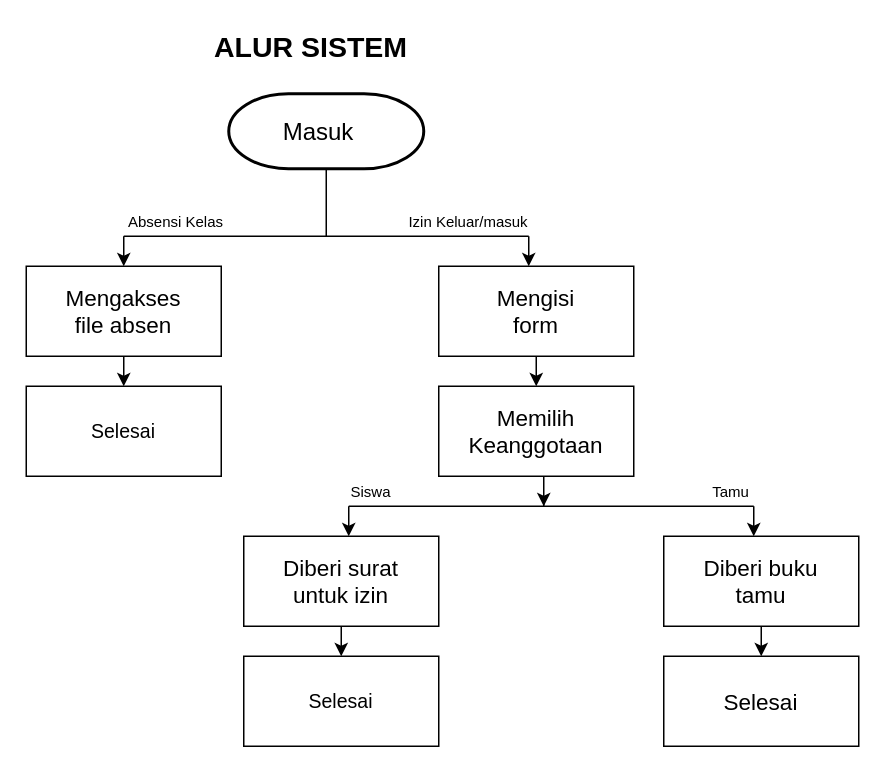
Above: Alur.sistem.drawio in Irgi-Cahya-Pewirausaha/Kelompok-irgi (draw.io), before the change. Source tidied: cells renumbered, new cells numbered last; positions are measured from the earlier drawing's top-left corner, leaving out a move shared by most shapes. Both pictures are drawn from the tidied source at 150%, with x=0, y=0 at pixel (26, 26).
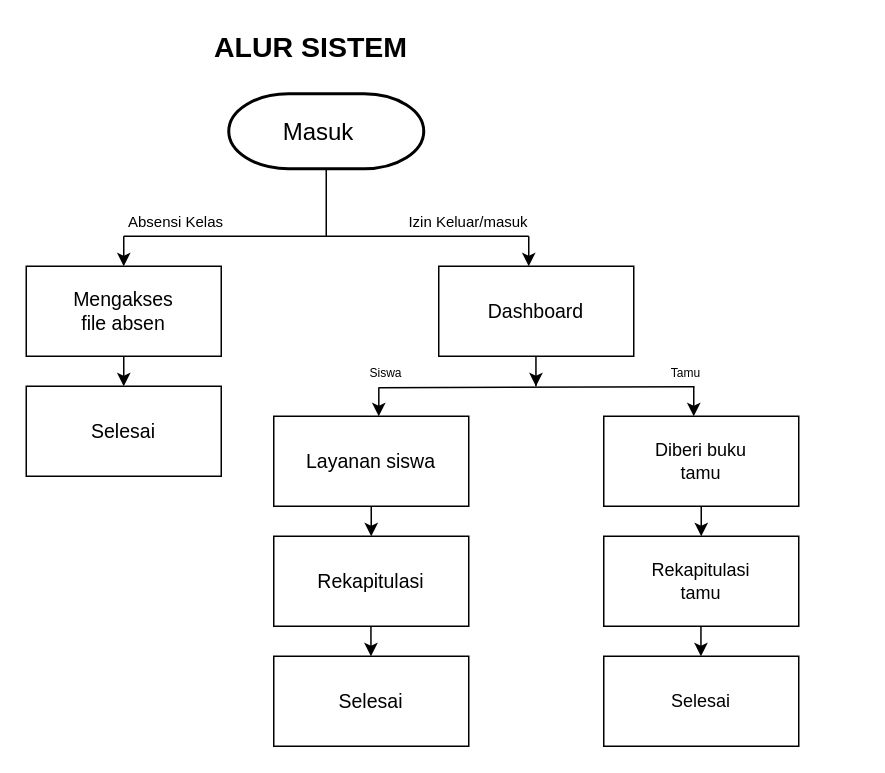
The same page after the edit.

The edit, as a diff of the source:
```diff
@@
-    <mxCell id="6" value="&lt;font style=&quot;font-size: 15px;&quot;&gt;Mengakses file absen&lt;/font&gt;" style="text;html=1;align=center;verticalAlign=middle;whiteSpace=wrap;rounded=0;" parent="1" vertex="1">
+    <mxCell id="6" value="&lt;font style=&quot;font-size: 13px;&quot;&gt;Mengakses file absen&lt;/font&gt;" style="text;html=1;align=center;verticalAlign=middle;whiteSpace=wrap;rounded=0;" parent="1" vertex="1">
       <mxGeometry x="30" y="175" width="70" height="30" as="geometry" />
     </mxCell>
@@
-    <mxCell id="12" style="rounded=0;whiteSpace=wrap;html=1;" parent="1" vertex="1">
-      <mxGeometry x="275" y="160" width="130" height="60" as="geometry" />
-    </mxCell>
@@
     <mxCell id="14" style="rounded=0;whiteSpace=wrap;html=1;" parent="1" vertex="1">
-      <mxGeometry x="275" y="240" width="130" height="60" as="geometry" />
+      <mxGeometry x="275" y="160" width="130" height="60" as="geometry" />
     </mxCell>
-    <mxCell id="15" style="endArrow=classic;html=1;rounded=0;entryX=0.5;entryY=0;entryDx=0;entryDy=0;exitX=0.5;exitY=1;exitDx=0;exitDy=0;" parent="1" edge="1" source="12" target="14">
-      <mxGeometry relative="1" as="geometry" />
-    </mxCell>
-    <mxCell id="16" value="&lt;span style=&quot;font-size: 15px;&quot;&gt;Mengisi form&lt;/span&gt;" style="text;html=1;align=center;verticalAlign=middle;whiteSpace=wrap;rounded=0;" parent="1" vertex="1">
-      <mxGeometry x="305" y="175" width="70" height="30" as="geometry" />
-    </mxCell>
-    <mxCell id="17" value="&lt;span style=&quot;font-size: 15px;&quot;&gt;Memilih Keanggotaan&lt;/span&gt;" style="text;html=1;align=center;verticalAlign=middle;whiteSpace=wrap;rounded=0;" parent="1" vertex="1">
-      <mxGeometry x="305" y="255" width="70" height="30" as="geometry" />
+    <mxCell id="17" value="&lt;font style=&quot;font-size: 13px;&quot;&gt;Dashboard&lt;/font&gt;" style="text;html=1;align=center;verticalAlign=middle;whiteSpace=wrap;rounded=0;" parent="1" vertex="1">
+      <mxGeometry x="305" y="175" width="70" height="30" as="geometry" />
     </mxCell>
     <mxCell id="18" style="endArrow=classic;html=1;rounded=0;" parent="1" edge="1">
       <mxGeometry relative="1" as="geometry">
-        <mxPoint x="345" y="320" as="sourcePoint" />
-        <mxPoint x="345" y="320" as="targetPoint" />
+        <mxPoint x="339.8" y="240" as="sourcePoint" />
+        <mxPoint x="339.8" y="240" as="targetPoint" />
         <Array as="points">
-          <mxPoint x="345" y="300" />
+          <mxPoint x="339.8" y="220" />
         </Array>
       </mxGeometry>
     </mxCell>
@@
-    <mxCell id="21" style="endArrow=none;html=1;rounded=0;" parent="1" edge="1">
-      <mxGeometry relative="1" as="geometry">
-        <mxPoint x="215" y="320" as="sourcePoint" />
-        <mxPoint x="485" y="320" as="targetPoint" />
-      </mxGeometry>
+    <mxCell id="21" style="endArrow=none;html=1;rounded=0;entryX=0.56;entryY=1.015;entryDx=0;entryDy=0;exitX=0.447;exitY=1.052;exitDx=0;exitDy=0;exitPerimeter=0;entryPerimeter=0;" parent="1" edge="1" source="26" target="27">
+      <mxGeometry relative="1" as="geometry" />
     </mxCell>
-    <mxCell id="22" style="endArrow=classic;html=1;rounded=0;" parent="1" edge="1">
+    <mxCell id="22" style="endArrow=classic;html=1;rounded=0;exitX=0.445;exitY=1.03;exitDx=0;exitDy=0;exitPerimeter=0;" parent="1" edge="1" source="26">
       <mxGeometry relative="1" as="geometry">
-        <mxPoint x="215" y="320" as="sourcePoint" />
-        <mxPoint x="215" y="340" as="targetPoint" />
+        <mxPoint x="235" y="260" as="targetPoint" />
       </mxGeometry>
     </mxCell>
     <mxCell id="23" style="endArrow=classic;html=1;rounded=0;" parent="1" edge="1">
       <mxGeometry relative="1" as="geometry">
-        <mxPoint x="485" y="320" as="sourcePoint" />
-        <mxPoint x="485" y="340" as="targetPoint" />
+        <mxPoint x="445" y="240" as="sourcePoint" />
+        <mxPoint x="445" y="260" as="targetPoint" />
       </mxGeometry>
     </mxCell>
     <mxCell id="24" style="rounded=0;whiteSpace=wrap;html=1;" parent="1" vertex="1">
-      <mxGeometry x="145" y="340" width="130" height="60" as="geometry" />
+      <mxGeometry x="165" y="260" width="130" height="60" as="geometry" />
     </mxCell>
     <mxCell id="25" style="rounded=0;whiteSpace=wrap;html=1;" parent="1" vertex="1">
-      <mxGeometry x="425" y="340" width="130" height="60" as="geometry" />
+      <mxGeometry x="385" y="260" width="130" height="60" as="geometry" />
     </mxCell>
-    <mxCell id="26" value="&lt;span style=&quot;font-size: 10px;&quot;&gt;Siswa&lt;/span&gt;" style="text;html=1;align=center;verticalAlign=middle;whiteSpace=wrap;rounded=0;" parent="1" vertex="1">
-      <mxGeometry x="185" y="300" width="90" height="20" as="geometry" />
+    <mxCell id="26" value="&lt;font style=&quot;font-size: 8px;&quot;&gt;Siswa&lt;/font&gt;" style="text;html=1;align=center;verticalAlign=middle;whiteSpace=wrap;rounded=0;" parent="1" vertex="1">
+      <mxGeometry x="195" y="220" width="90" height="20" as="geometry" />
     </mxCell>
-    <mxCell id="27" value="&lt;span style=&quot;font-size: 10px;&quot;&gt;Tamu&lt;/span&gt;" style="text;html=1;align=center;verticalAlign=middle;whiteSpace=wrap;rounded=0;" parent="1" vertex="1">
-      <mxGeometry x="425" y="300" width="90" height="20" as="geometry" />
+    <mxCell id="27" value="&lt;font style=&quot;font-size: 8px;&quot;&gt;Tamu&lt;/font&gt;" style="text;html=1;align=center;verticalAlign=middle;whiteSpace=wrap;rounded=0;" parent="1" vertex="1">
+      <mxGeometry x="395" y="220" width="90" height="20" as="geometry" />
     </mxCell>
-    <mxCell id="28" value="&lt;span style=&quot;font-size: 15px;&quot;&gt;Diberi buku tamu&lt;/span&gt;" style="text;html=1;align=center;verticalAlign=middle;whiteSpace=wrap;rounded=0;" parent="1" vertex="1">
-      <mxGeometry x="445" y="355" width="90" height="30" as="geometry" />
+    <mxCell id="28" value="&lt;font style=&quot;font-size: 12px;&quot;&gt;Diberi buku tamu&lt;/font&gt;" style="text;html=1;align=center;verticalAlign=middle;whiteSpace=wrap;rounded=0;" parent="1" vertex="1">
+      <mxGeometry x="405" y="275" width="90" height="30" as="geometry" />
     </mxCell>
     <mxCell id="29" style="rounded=0;whiteSpace=wrap;html=1;" parent="1" vertex="1">
-      <mxGeometry x="425" y="420" width="130" height="60" as="geometry" />
+      <mxGeometry x="385" y="340" width="130" height="60" as="geometry" />
     </mxCell>
-    <mxCell id="30" style="endArrow=classic;html=1;rounded=0;exitX=0.5;exitY=1;exitDx=0;exitDy=0;entryX=0.5;entryY=0;entryDx=0;entryDy=0;" parent="1" edge="1" source="25" target="29">
-      <mxGeometry relative="1" as="geometry" />
+    <mxCell id="30" style="endArrow=classic;html=1;rounded=0;exitX=0.5;exitY=1;exitDx=0;exitDy=0;" parent="1" edge="1" source="25">
+      <mxGeometry relative="1" as="geometry">
+        <mxPoint x="450" y="340" as="targetPoint" />
+      </mxGeometry>
     </mxCell>
-    <mxCell id="31" value="&lt;span style=&quot;font-size: 15px;&quot;&gt;Selesai&lt;/span&gt;" style="text;html=1;align=center;verticalAlign=middle;whiteSpace=wrap;rounded=0;" parent="1" vertex="1">
-      <mxGeometry x="445" y="435" width="90" height="30" as="geometry" />
+    <mxCell id="31" value="&lt;font style=&quot;font-size: 12px;&quot;&gt;Rekapitulasi tamu&lt;/font&gt;" style="text;html=1;align=center;verticalAlign=middle;whiteSpace=wrap;rounded=0;" parent="1" vertex="1">
+      <mxGeometry x="405" y="355" width="90" height="30" as="geometry" />
     </mxCell>
-    <mxCell id="32" value="&lt;span style=&quot;font-size: 15px;&quot;&gt;Diberi surat untuk izin&lt;/span&gt;" style="text;html=1;align=center;verticalAlign=middle;whiteSpace=wrap;rounded=0;" parent="1" vertex="1">
-      <mxGeometry x="155" y="355" width="110" height="30" as="geometry" />
+    <mxCell id="32" value="&lt;font style=&quot;font-size: 13px;&quot;&gt;Layanan siswa&lt;/font&gt;" style="text;html=1;align=center;verticalAlign=middle;whiteSpace=wrap;rounded=0;" parent="1" vertex="1">
+      <mxGeometry x="175" y="275" width="110" height="30" as="geometry" />
     </mxCell>
-    <mxCell id="33" value="&lt;font style=&quot;font-size: 13px;&quot;&gt;Selesai&lt;/font&gt;" style="rounded=0;whiteSpace=wrap;html=1;" parent="1" vertex="1">
-      <mxGeometry x="145" y="420" width="130" height="60" as="geometry" />
+    <mxCell id="33" value="&lt;span style=&quot;font-size: 13px;&quot;&gt;Rekapitulasi&lt;/span&gt;" style="rounded=0;whiteSpace=wrap;html=1;" parent="1" vertex="1">
+      <mxGeometry x="165" y="340" width="130" height="60" as="geometry" />
     </mxCell>
-    <mxCell id="34" style="endArrow=classic;html=1;rounded=0;exitX=0.5;exitY=1;exitDx=0;exitDy=0;entryX=0.5;entryY=0;entryDx=0;entryDy=0;" parent="1" edge="1" source="24" target="33">
-      <mxGeometry relative="1" as="geometry" />
+    <mxCell id="34" style="endArrow=classic;html=1;rounded=0;exitX=0.5;exitY=1;exitDx=0;exitDy=0;" parent="1" edge="1" source="24">
+      <mxGeometry relative="1" as="geometry">
+        <mxPoint x="230" y="340" as="targetPoint" />
+      </mxGeometry>
     </mxCell>
@@
+    <mxCell id="36" style="endArrow=classic;html=1;rounded=0;exitX=0.5;exitY=1;exitDx=0;exitDy=0;" parent="1" edge="1">
+      <mxGeometry relative="1" as="geometry">
+        <mxPoint x="449.8" y="400" as="sourcePoint" />
+        <mxPoint x="449.8" y="420" as="targetPoint" />
+      </mxGeometry>
+    </mxCell>
+    <mxCell id="37" style="rounded=0;whiteSpace=wrap;html=1;" parent="1" vertex="1">
+      <mxGeometry x="385" y="420" width="130" height="60" as="geometry" />
+    </mxCell>
+    <mxCell id="38" value="&lt;font style=&quot;font-size: 12px;&quot;&gt;Selesai&lt;/font&gt;" style="text;html=1;align=center;verticalAlign=middle;whiteSpace=wrap;rounded=0;" parent="1" vertex="1">
+      <mxGeometry x="405" y="435" width="90" height="30" as="geometry" />
+    </mxCell>
+    <mxCell id="39" style="endArrow=classic;html=1;rounded=0;exitX=0.5;exitY=1;exitDx=0;exitDy=0;" parent="1" edge="1">
+      <mxGeometry relative="1" as="geometry">
+        <mxPoint x="229.8" y="400" as="sourcePoint" />
+        <mxPoint x="229.8" y="420" as="targetPoint" />
+      </mxGeometry>
+    </mxCell>
+    <mxCell id="40" value="&lt;span style=&quot;font-size: 13px;&quot;&gt;Selesai&lt;/span&gt;" style="rounded=0;whiteSpace=wrap;html=1;" parent="1" vertex="1">
+      <mxGeometry x="165" y="420" width="130" height="60" as="geometry" />
+    </mxCell>
```
